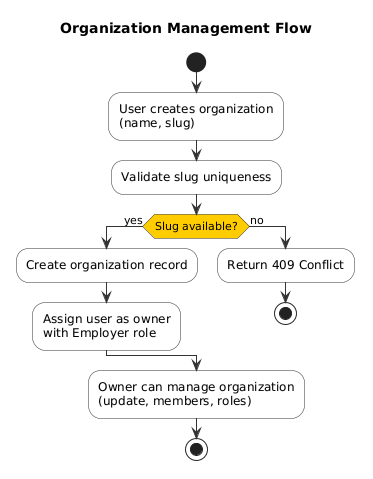
namnh240795/document keeps this PlantUML diagram as modules/auth/images/activity/organization-activity.png. Above is the earlier version. Source of this version:
```plantuml
@startuml

skinparam activity {
  BackgroundColor #F8F8F8
  BorderColor #333333
  ArrowColor #333333
  DiamondBackgroundColor #FFCC00
  DiamondBorderColor #333333
}

title Organization Management Flow

start

:User creates organization\n(name, slug);

:Validate slug uniqueness;

if (Slug available?) then (yes)
  :Create organization record;
  :Assign user as owner\nwith Employer role;
else (no)
  :Return 409 Conflict;
  stop
endif

:Owner can manage organization\n(update, members, roles);

stop

@enduml
```
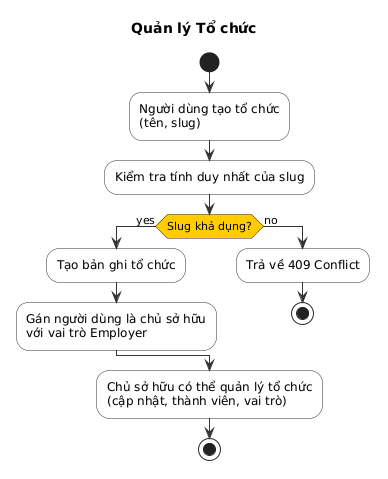
Later version of the same file.

Change to the diagram source:
```diff
@@ -8,23 +8,23 @@
   DiamondBorderColor #333333
 }
 
-title Organization Management Flow
+title Quản lý Tổ chức
 
 start
 
-:User creates organization\n(name, slug);
+:Người dùng tạo tổ chức\n(tên, slug);
 
-:Validate slug uniqueness;
+:Kiểm tra tính duy nhất của slug;
 
-if (Slug available?) then (yes)
-  :Create organization record;
-  :Assign user as owner\nwith Employer role;
+if (Slug khả dụng?) then (yes)
+  :Tạo bản ghi tổ chức;
+  :Gán người dùng là chủ sở hữu\nvới vai trò Employer;
 else (no)
-  :Return 409 Conflict;
+  :Trả về 409 Conflict;
   stop
 endif
 
-:Owner can manage organization\n(update, members, roles);
+:Chủ sở hữu có thể quản lý tổ chức\n(cập nhật, thành viên, vai trò);
 
 stop
 
```
